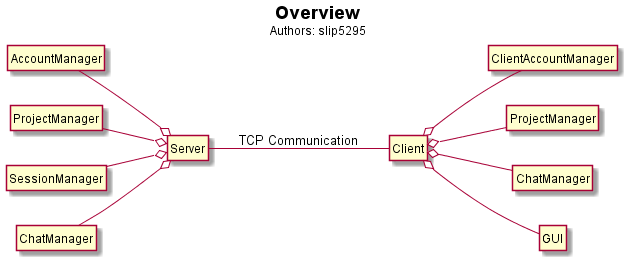
The PlantUML diagram hw3/Overview/overview.png in voxelv/sQuire_kw, before a commit.
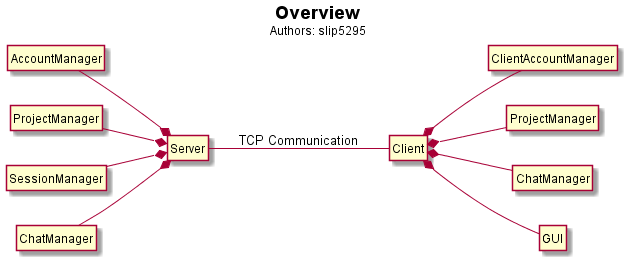
The same file after the commit.

Diff of the diagram source:
```diff
@@ -19,16 +19,16 @@
 class "SessionManager" as sqs_se_m
 class "ChatManager" as sqs_ch_m
 
-sq_c o-- sq_projmgr
-sq_c o-- sq_acntmgr
-sq_c o-- sq_chatmgr
-sq_c o-- sq_gui
+sq_c *-- sq_projmgr
+sq_c *-- sq_acntmgr
+sq_c *-- sq_chatmgr
+sq_c *-- sq_gui
 
 sq_c -up- sq_s : TCP Communication
 
-sqs_pr_m --o sq_s
-sqs_ua_m --o sq_s
-sqs_se_m --o sq_s
-sqs_ch_m --o sq_s
+sqs_pr_m --* sq_s
+sqs_ua_m --* sq_s
+sqs_se_m --* sq_s
+sqs_ch_m --* sq_s
 
 @enduml
```
